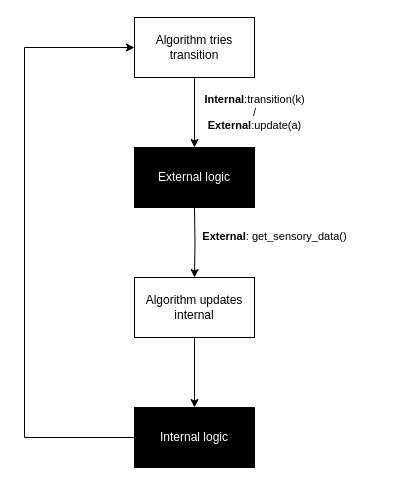
This is diagrams/gym_flowchart.drawio from filkata123/RSSTP, a draw.io file, before an edit. Source tidied: cells renumbered, new cells numbered last; positions are measured from the earlier drawing's top-left corner, leaving out a move shared by most shapes. Both pictures are drawn from the tidied source at 100%, with x=0, y=0 at pixel (24, 17).
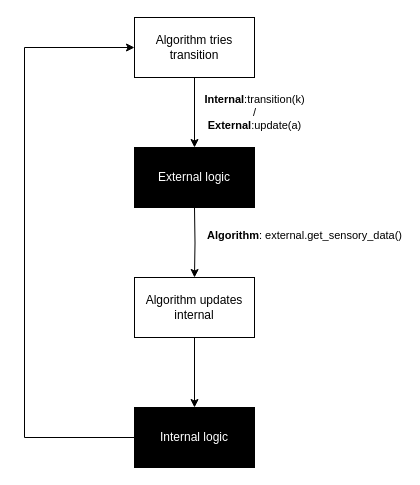
The same page after the edit.

What changed in the source:
```diff
@@
 <mxGraphModel>
   <root>
     <mxCell id="0" />
     <mxCell id="1" parent="0" />
     <mxCell id="2" value="&lt;b&gt;Internal&lt;/b&gt;:transition(k)&lt;br&gt;/&lt;br&gt;&lt;b&gt;External&lt;/b&gt;:update(a)" style="edgeStyle=orthogonalEdgeStyle;rounded=0;jettySize=auto;html=1;entryX=0.5;entryY=0;entryDx=0;entryDy=0;" parent="1" edge="1" source="3" target="7">
       <mxGeometry y="60" relative="1" as="geometry" />
     </mxCell>
     <mxCell id="3" value="Algorithm tries transition" style="rounded=0;whiteSpace=wrap;html=1;" parent="1" vertex="1">
       <mxGeometry x="110" width="120" height="60" as="geometry" />
     </mxCell>
-    <mxCell id="4" value="&lt;b&gt;External&lt;/b&gt;: get_sensory_data()" style="edgeStyle=orthogonalEdgeStyle;rounded=0;jettySize=auto;html=1;entryX=0.5;entryY=0;entryDx=0;entryDy=0;" parent="1" edge="1" target="6">
-      <mxGeometry x="-0.14" y="80" relative="1" as="geometry">
+    <mxCell id="4" value="&lt;b&gt;Algorithm&lt;/b&gt;: external.get_sensory_data()" style="edgeStyle=orthogonalEdgeStyle;rounded=0;jettySize=auto;html=1;entryX=0.5;entryY=0;entryDx=0;entryDy=0;" parent="1" edge="1" target="6">
+      <mxGeometry x="-0.14" y="110" relative="1" as="geometry">
         <mxPoint x="170" y="190" as="sourcePoint" />
       </mxGeometry>
     </mxCell>
     <mxCell id="5" style="edgeStyle=orthogonalEdgeStyle;rounded=0;jettySize=auto;html=1;fontColor=#FFFFFF;" parent="1" edge="1" source="6" target="9">
       <mxGeometry relative="1" as="geometry" />
     </mxCell>
     <mxCell id="6" value="Algorithm updates internal" style="whiteSpace=wrap;html=1;rounded=0;" parent="1" vertex="1">
       <mxGeometry x="110" y="260" width="120" height="60" as="geometry" />
     </mxCell>
     <mxCell id="7" value="&lt;font color=&quot;#ffffff&quot;&gt;External logic&lt;/font&gt;" style="rounded=0;whiteSpace=wrap;html=1;fillColor=#000000;" parent="1" vertex="1">
       <mxGeometry x="110" y="130" width="120" height="60" as="geometry" />
     </mxCell>
     <mxCell id="8" style="edgeStyle=orthogonalEdgeStyle;rounded=0;jettySize=auto;html=1;entryX=0;entryY=0.5;entryDx=0;entryDy=0;fontColor=#FFFFFF;" parent="1" edge="1" source="9" target="3">
       <mxGeometry relative="1" as="geometry">
         <Array as="points">
           <mxPoint y="420" />
           <mxPoint y="30" />
         </Array>
       </mxGeometry>
     </mxCell>
     <mxCell id="9" value="&lt;font color=&quot;#ffffff&quot;&gt;Internal logic&lt;/font&gt;" style="rounded=0;whiteSpace=wrap;html=1;fillColor=#000000;" parent="1" vertex="1">
       <mxGeometry x="110" y="390" width="120" height="60" as="geometry" />
     </mxCell>
   </root>
 </mxGraphModel>
```
